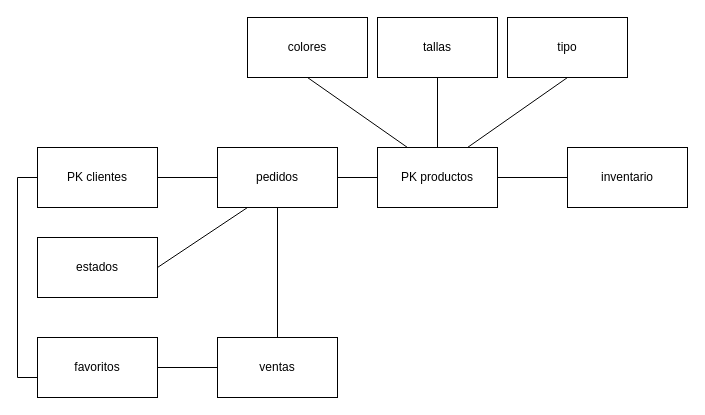
Above: diagramas/nieve_cordillera.drawio in carpenaloza/basic_repo (draw.io), before the change. Source tidied: cells renumbered, new cells numbered last; positions are measured from the earlier drawing's top-left corner, leaving out a move shared by most shapes. Both pictures are drawn from the tidied source at 100%, with x=0, y=0 at pixel (-73, 17).
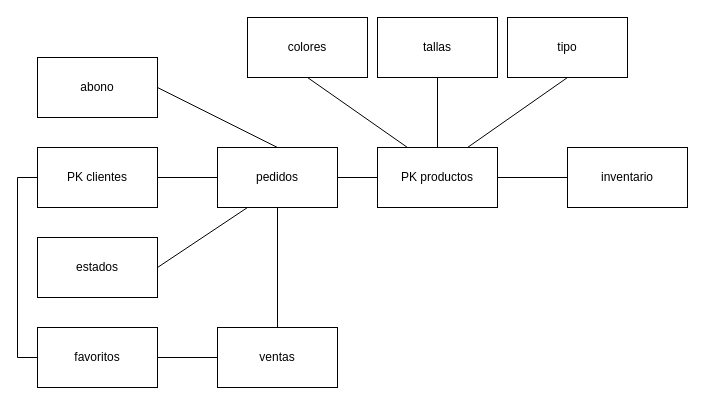
The same page after the edit.

The change refers to these unchanged cells:
```xml
<mxCell id="4" value="pedidos" style="rounded=0;whiteSpace=wrap;html=1;" parent="1" vertex="1">
  <mxGeometry x="290" y="130" width="120" height="60" as="geometry" />
</mxCell>
```

The edit, as a diff of the source:
```diff
@@
     <mxCell id="9" value="ventas" style="rounded=0;whiteSpace=wrap;html=1;" parent="1" vertex="1">
-      <mxGeometry x="290" y="320" width="120" height="60" as="geometry" />
+      <mxGeometry x="290" y="310" width="120" height="60" as="geometry" />
     </mxCell>
     <mxCell id="10" value="favoritos" style="rounded=0;whiteSpace=wrap;html=1;" parent="1" vertex="1">
-      <mxGeometry x="110" y="320" width="120" height="60" as="geometry" />
+      <mxGeometry x="110" y="310" width="120" height="60" as="geometry" />
     </mxCell>
@@
     <mxCell id="17" style="shape=partialRectangle;whiteSpace=wrap;html=1;bottom=1;right=1;left=1;top=0;fillColor=none;routingCenterX=-0.5;rotation=90;" parent="1" vertex="1">
-      <mxGeometry y="250" width="200" height="20" as="geometry" />
+      <mxGeometry x="10" y="240" width="180" height="20" as="geometry" />
     </mxCell>
@@
+    <mxCell id="22" value="abono" style="rounded=0;whiteSpace=wrap;html=1;" parent="1" vertex="1">
+      <mxGeometry x="110" y="40" width="120" height="60" as="geometry" />
+    </mxCell>
+    <mxCell id="23" style="endArrow=none;html=1;entryX=1;entryY=0.5;entryDx=0;entryDy=0;exitX=0.5;exitY=0;exitDx=0;exitDy=0;" parent="1" edge="1" source="4" target="22">
+      <mxGeometry relative="1" as="geometry" />
+    </mxCell>
```
